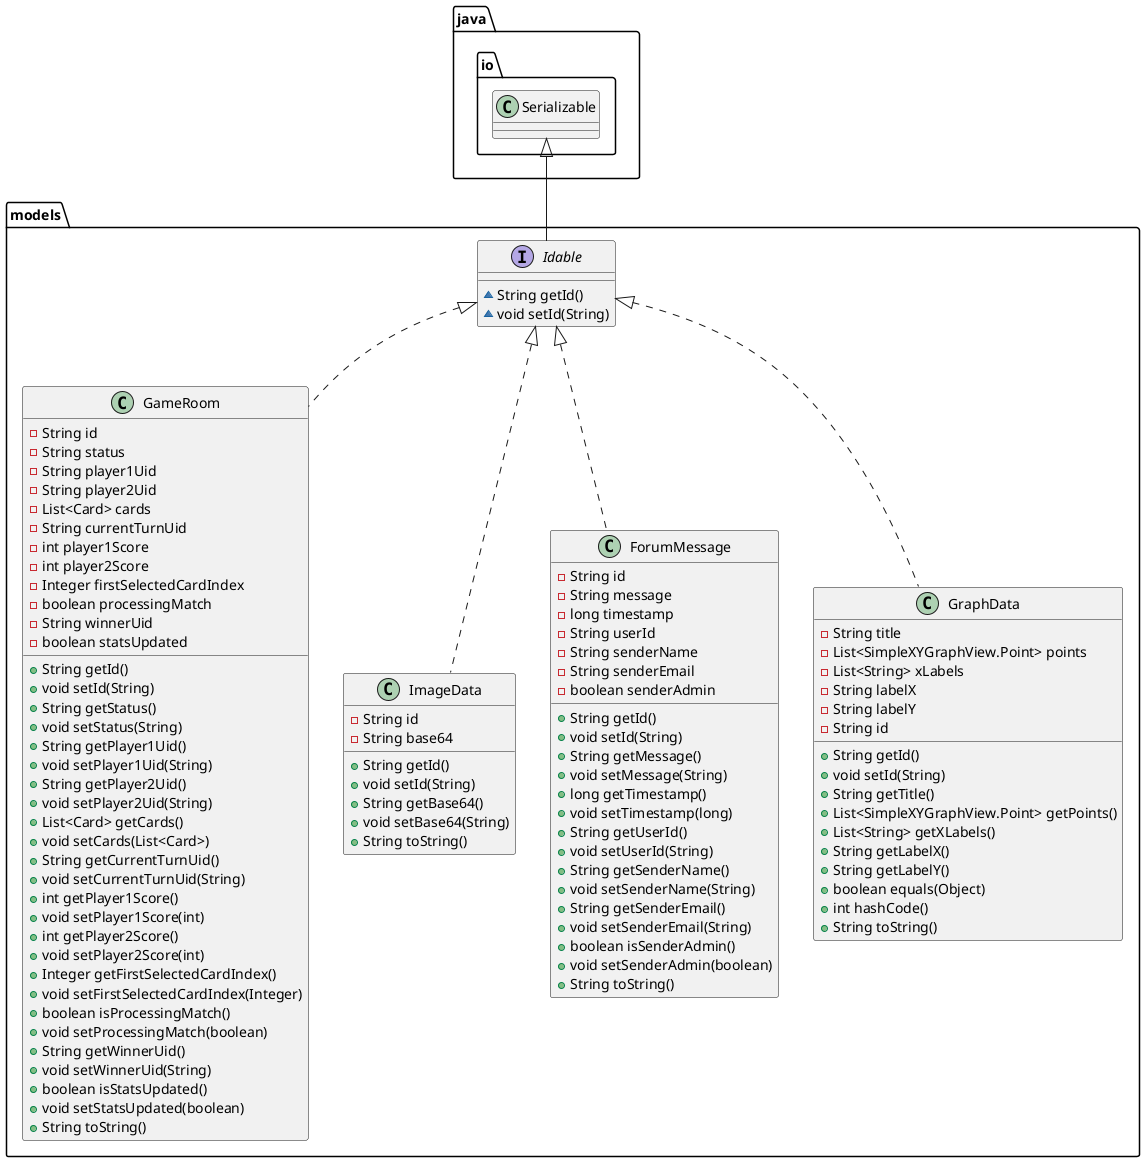
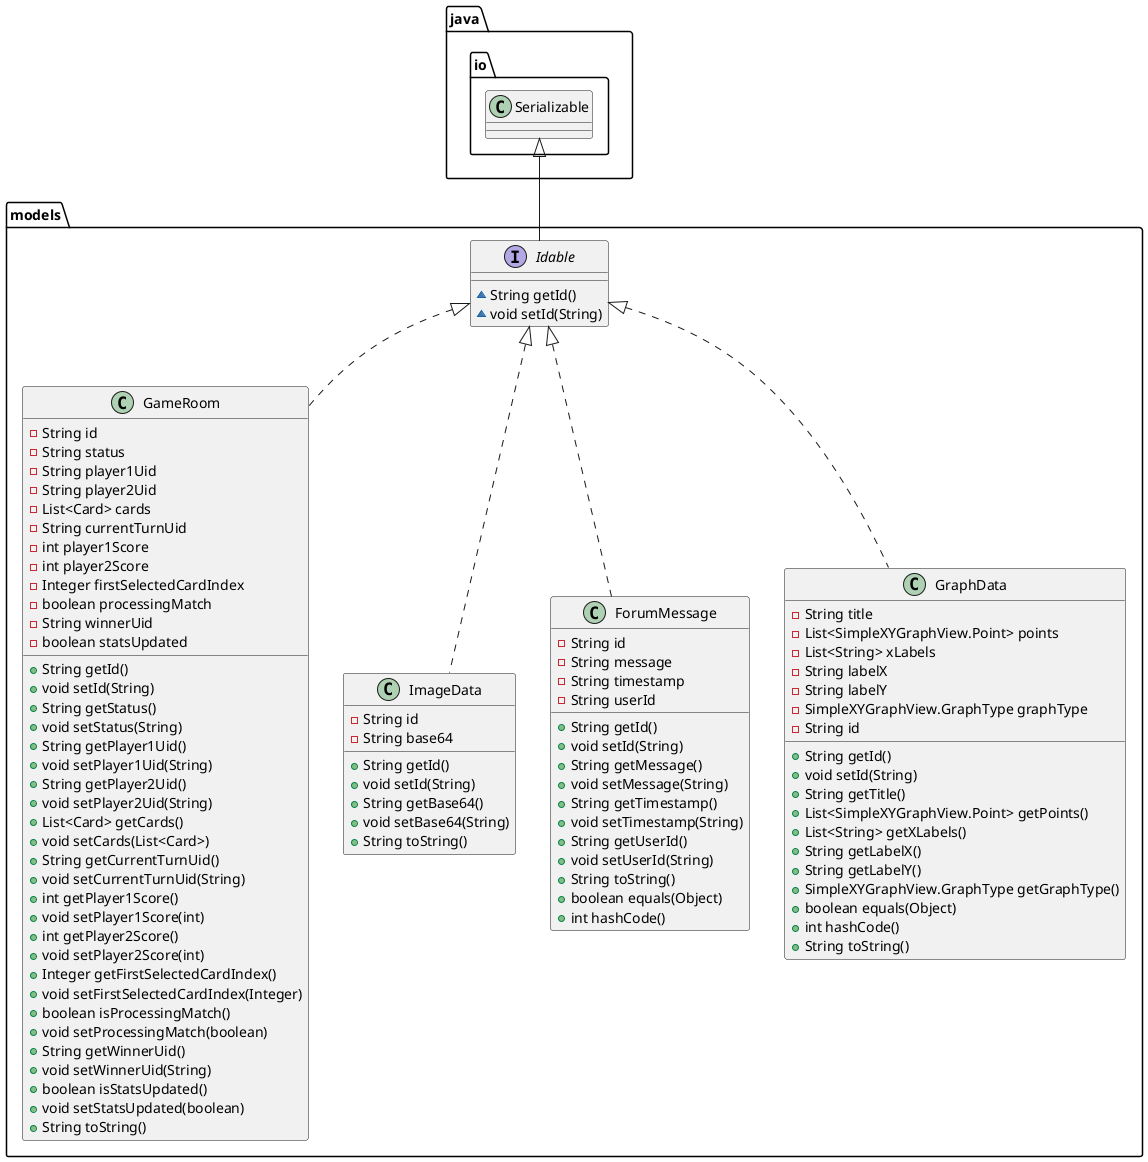
@startuml
class models.GameRoom {
- String id
- String status
- String player1Uid
- String player2Uid
- List<Card> cards
- String currentTurnUid
- int player1Score
- int player2Score
- Integer firstSelectedCardIndex
- boolean processingMatch
- String winnerUid
- boolean statsUpdated
+ String getId()
+ void setId(String)
+ String getStatus()
+ void setStatus(String)
+ String getPlayer1Uid()
+ void setPlayer1Uid(String)
+ String getPlayer2Uid()
+ void setPlayer2Uid(String)
+ List<Card> getCards()
+ void setCards(List<Card>)
+ String getCurrentTurnUid()
+ void setCurrentTurnUid(String)
+ int getPlayer1Score()
+ void setPlayer1Score(int)
+ int getPlayer2Score()
+ void setPlayer2Score(int)
+ Integer getFirstSelectedCardIndex()
+ void setFirstSelectedCardIndex(Integer)
+ boolean isProcessingMatch()
+ void setProcessingMatch(boolean)
+ String getWinnerUid()
+ void setWinnerUid(String)
+ boolean isStatsUpdated()
+ void setStatsUpdated(boolean)
+ String toString()
}


class models.ImageData {
- String id
- String base64
+ String getId()
+ void setId(String)
+ String getBase64()
+ void setBase64(String)
+ String toString()
}


class models.ForumMessage {
- String id
- String message
- - long timestamp
+ - String timestamp
- String userId
- - String senderName
- - String senderEmail
- - boolean senderAdmin
+ String getId()
+ void setId(String)
+ String getMessage()
+ void setMessage(String)
- + long getTimestamp()
- + void setTimestamp(long)
+ + String getTimestamp()
+ + void setTimestamp(String)
+ String getUserId()
+ void setUserId(String)
- + String getSenderName()
- + void setSenderName(String)
- + String getSenderEmail()
- + void setSenderEmail(String)
- + boolean isSenderAdmin()
- + void setSenderAdmin(boolean)
+ String toString()
+ + boolean equals(Object)
+ + int hashCode()
}


interface models.Idable {
~ String getId()
~ void setId(String)
}

class models.GraphData {
- String title
- List<SimpleXYGraphView.Point> points
- List<String> xLabels
- String labelX
- String labelY
+ - SimpleXYGraphView.GraphType graphType
- String id
+ String getId()
+ void setId(String)
+ String getTitle()
+ List<SimpleXYGraphView.Point> getPoints()
+ List<String> getXLabels()
+ String getLabelX()
+ String getLabelY()
+ + SimpleXYGraphView.GraphType getGraphType()
+ boolean equals(Object)
+ int hashCode()
+ String toString()
}




models.Idable <|.. models.GameRoom
models.Idable <|.. models.ImageData
models.Idable <|.. models.ForumMessage
java.io.Serializable <|-- models.Idable
models.Idable <|.. models.GraphData
- @enduml
+ @enduml